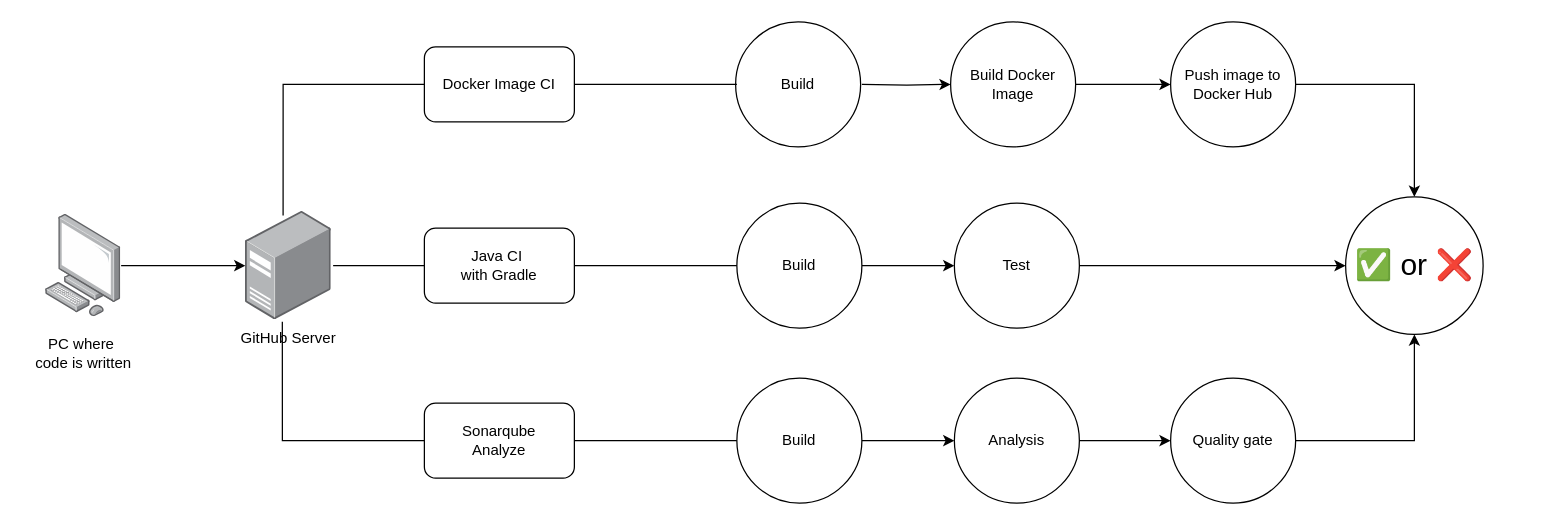
MateoGlzAlon/documentation-crowdfunding-fontys-project keeps this draw.io diagram as etc/BE_pipelineDiagram.drawio. Above is the earlier version. Source tidied: cells renumbered, new cells numbered last; positions are measured from the earlier drawing's top-left corner, leaving out a move shared by most shapes. Both pictures are drawn from the tidied source at 125%, with x=0, y=0 at pixel (20, 21).
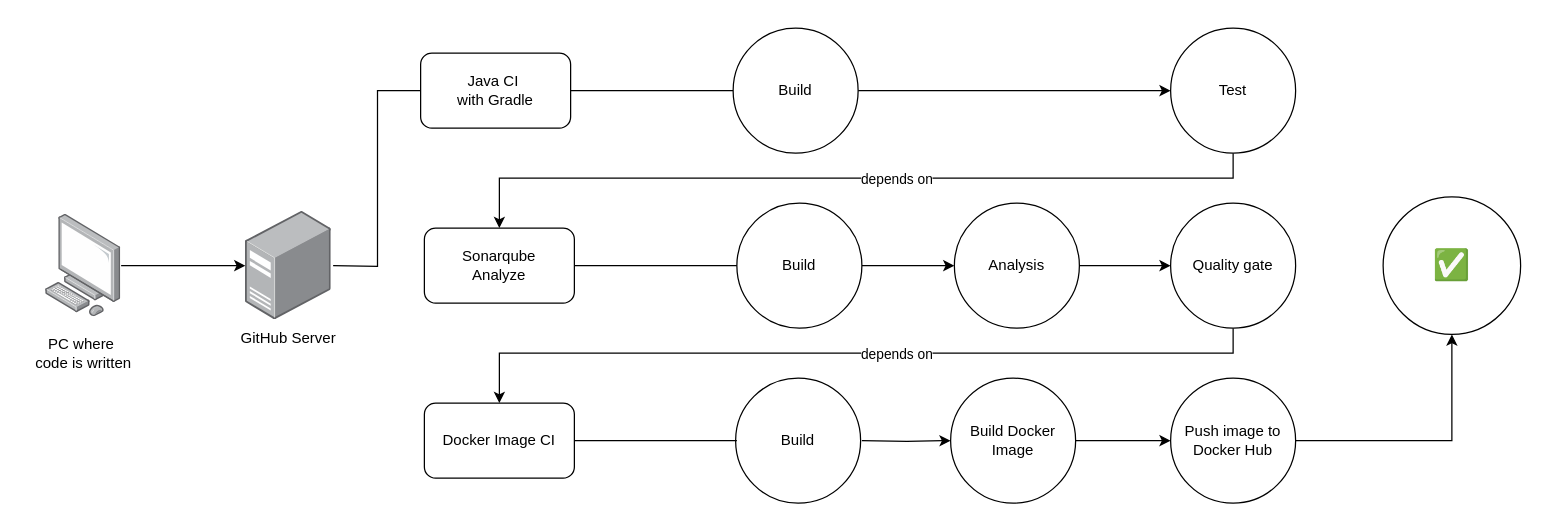
After the change.

Unchanged cells that the change refers to:
```xml
<mxCell id="18" value="GitHub Server" style="image;points=[];html=1;align=center;shadow=0;dashed=0;image=img/lib/allied_telesis/computer_and_terminals/Server_Desktop.svg;" parent="1" vertex="1">
  <mxGeometry x="180" y="151.5" width="68.6" height="87" as="geometry" />
</mxCell>
```

What changed in the source:
```diff
@@
-    <mxCell id="2" style="edgeStyle=orthogonalEdgeStyle;rounded=0;jettySize=auto;html=1;entryX=0.5;entryY=0;entryDx=0;entryDy=0;" parent="1" edge="1" source="31" target="16">
-      <mxGeometry relative="1" as="geometry" />
-    </mxCell>
     <mxCell id="3" value="Build" style="ellipse;whiteSpace=wrap;html=1;" parent="1" vertex="1">
-      <mxGeometry x="572" width="100" height="100" as="geometry" />
+      <mxGeometry x="572" y="285" width="100" height="100" as="geometry" />
     </mxCell>
     <mxCell id="4" value="Docker Image CI" style="rounded=1;whiteSpace=wrap;html=1;" parent="1" vertex="1">
-      <mxGeometry x="323" y="20" width="120" height="60" as="geometry" />
+      <mxGeometry x="323" y="305" width="120" height="60" as="geometry" />
     </mxCell>
@@
     <mxCell id="6" value="Build" style="ellipse;whiteSpace=wrap;html=1;" parent="1" vertex="1">
-      <mxGeometry x="573" y="145" width="100" height="100" as="geometry" />
+      <mxGeometry x="570" y="5" width="100" height="100" as="geometry" />
     </mxCell>
     <mxCell id="7" value="Java CI&amp;nbsp;&lt;div&gt;with Gradle&lt;/div&gt;" style="rounded=1;whiteSpace=wrap;html=1;" parent="1" vertex="1">
-      <mxGeometry x="323" y="165" width="120" height="60" as="geometry" />
+      <mxGeometry x="320" y="25" width="120" height="60" as="geometry" />
     </mxCell>
@@
     <mxCell id="9" value="Build" style="ellipse;whiteSpace=wrap;html=1;" parent="1" vertex="1">
-      <mxGeometry x="573" y="285" width="100" height="100" as="geometry" />
+      <mxGeometry x="573" y="145" width="100" height="100" as="geometry" />
     </mxCell>
     <mxCell id="10" value="Sonarqube&lt;div&gt;Analyze&lt;/div&gt;" style="rounded=1;whiteSpace=wrap;html=1;" parent="1" vertex="1">
-      <mxGeometry x="323" y="305" width="120" height="60" as="geometry" />
+      <mxGeometry x="323" y="165" width="120" height="60" as="geometry" />
     </mxCell>
-    <mxCell id="11" style="edgeStyle=orthogonalEdgeStyle;rounded=0;jettySize=auto;html=1;entryX=0;entryY=0.5;entryDx=0;entryDy=0;" parent="1" edge="1" source="12" target="16">
-      <mxGeometry relative="1" as="geometry" />
-    </mxCell>
+    <mxCell id="32" style="edgeStyle=orthogonalEdgeStyle;rounded=0;jettySize=auto;html=1;entryX=0.5;entryY=0;entryDx=0;entryDy=0;" parent="1" edge="1" source="12" target="10">
+      <mxGeometry relative="1" as="geometry">
+        <Array as="points">
+          <mxPoint x="970" y="125" />
+          <mxPoint x="383" y="125" />
+        </Array>
+      </mxGeometry>
+    </mxCell>
+    <mxCell id="33" value="depends on" style="edgeLabel;html=1;align=center;verticalAlign=middle;" parent="32" vertex="1">
+      <mxGeometry x="0.48" y="-2" relative="1" as="geometry">
+        <mxPoint x="189" y="2" as="offset" />
+      </mxGeometry>
+    </mxCell>
     <mxCell id="12" value="Test" style="ellipse;whiteSpace=wrap;html=1;" parent="1" vertex="1">
-      <mxGeometry x="747" y="145" width="100" height="100" as="geometry" />
+      <mxGeometry x="920" y="5" width="100" height="100" as="geometry" />
     </mxCell>
     <mxCell id="13" style="endArrow=none;html=1;rounded=0;exitX=1;exitY=0.5;exitDx=0;exitDy=0;entryX=0;entryY=0.5;entryDx=0;entryDy=0;" parent="1" edge="1" source="4">
       <mxGeometry relative="1" as="geometry">
-        <mxPoint x="573" y="50" as="targetPoint" />
+        <mxPoint x="573" y="335" as="targetPoint" />
       </mxGeometry>
     </mxCell>
@@
-    <mxCell id="16" value="&lt;font style=&quot;font-size: 24px;&quot;&gt;✅ or ❌&lt;/font&gt;" style="ellipse;whiteSpace=wrap;html=1;" parent="1" vertex="1">
-      <mxGeometry x="1060" y="140" width="110" height="110" as="geometry" />
+    <mxCell id="16" value="&lt;font style=&quot;font-size: 24px;&quot;&gt;✅&lt;/font&gt;" style="ellipse;whiteSpace=wrap;html=1;" parent="1" vertex="1">
+      <mxGeometry x="1090" y="140" width="110" height="110" as="geometry" />
     </mxCell>
@@
-    <mxCell id="20" style="endArrow=none;html=1;rounded=0;exitX=0.437;exitY=0.04;exitDx=0;exitDy=0;exitPerimeter=0;entryX=0;entryY=0.5;entryDx=0;entryDy=0;edgeStyle=orthogonalEdgeStyle;" parent="1" edge="1" source="18" target="4">
-      <mxGeometry relative="1" as="geometry">
-        <Array as="points">
-          <mxPoint x="210" y="50" />
-        </Array>
-      </mxGeometry>
-    </mxCell>
-    <mxCell id="21" style="endArrow=none;html=1;rounded=0;entryX=0;entryY=0.5;entryDx=0;entryDy=0;" parent="1" edge="1" target="7">
+    <mxCell id="21" style="endArrow=none;html=1;rounded=0;entryX=0;entryY=0.5;entryDx=0;entryDy=0;edgeStyle=orthogonalEdgeStyle;" parent="1" edge="1" target="7">
       <mxGeometry relative="1" as="geometry">
         <mxPoint x="250" y="195" as="sourcePoint" />
       </mxGeometry>
     </mxCell>
-    <mxCell id="22" style="endArrow=none;html=1;rounded=0;exitX=0.428;exitY=1.015;exitDx=0;exitDy=0;exitPerimeter=0;entryX=0;entryY=0.5;entryDx=0;entryDy=0;edgeStyle=orthogonalEdgeStyle;" parent="1" edge="1" source="18" target="10">
-      <mxGeometry relative="1" as="geometry">
-        <Array as="points">
-          <mxPoint x="209" y="335" />
-        </Array>
-      </mxGeometry>
-    </mxCell>
@@
     <mxCell id="25" value="Analysis" style="ellipse;whiteSpace=wrap;html=1;" parent="1" vertex="1">
-      <mxGeometry x="747" y="285" width="100" height="100" as="geometry" />
+      <mxGeometry x="747" y="145" width="100" height="100" as="geometry" />
     </mxCell>
-    <mxCell id="26" style="edgeStyle=orthogonalEdgeStyle;rounded=0;jettySize=auto;html=1;entryX=0.5;entryY=1;entryDx=0;entryDy=0;" parent="1" edge="1" source="27" target="16">
-      <mxGeometry relative="1" as="geometry" />
-    </mxCell>
+    <mxCell id="34" style="edgeStyle=orthogonalEdgeStyle;rounded=0;jettySize=auto;html=1;entryX=0.5;entryY=0;entryDx=0;entryDy=0;" parent="1" edge="1" source="27" target="4">
+      <mxGeometry relative="1" as="geometry">
+        <Array as="points">
+          <mxPoint x="970" y="265" />
+          <mxPoint x="383" y="265" />
+        </Array>
+      </mxGeometry>
+    </mxCell>
     <mxCell id="27" value="Quality gate" style="ellipse;whiteSpace=wrap;html=1;" parent="1" vertex="1">
-      <mxGeometry x="920" y="285" width="100" height="100" as="geometry" />
+      <mxGeometry x="920" y="145" width="100" height="100" as="geometry" />
     </mxCell>
     <mxCell id="28" style="edgeStyle=orthogonalEdgeStyle;rounded=0;jettySize=auto;html=1;entryX=0;entryY=0.5;entryDx=0;entryDy=0;" parent="1" edge="1" target="29">
       <mxGeometry relative="1" as="geometry">
-        <mxPoint x="673" y="50" as="sourcePoint" />
+        <mxPoint x="673" y="335" as="sourcePoint" />
       </mxGeometry>
     </mxCell>
     <mxCell id="29" value="Build Docker&lt;div&gt;Image&lt;/div&gt;" style="ellipse;whiteSpace=wrap;html=1;" parent="1" vertex="1">
-      <mxGeometry x="744" width="100" height="100" as="geometry" />
+      <mxGeometry x="744" y="285" width="100" height="100" as="geometry" />
     </mxCell>
@@
+    <mxCell id="2" style="edgeStyle=orthogonalEdgeStyle;rounded=0;jettySize=auto;html=1;entryX=0.5;entryY=1;entryDx=0;entryDy=0;" parent="1" edge="1" source="31" target="16">
+      <mxGeometry relative="1" as="geometry" />
+    </mxCell>
     <mxCell id="31" value="Push image to Docker Hub" style="ellipse;whiteSpace=wrap;html=1;" parent="1" vertex="1">
-      <mxGeometry x="920" width="100" height="100" as="geometry" />
+      <mxGeometry x="920" y="285" width="100" height="100" as="geometry" />
     </mxCell>
+    <mxCell id="35" value="depends on" style="edgeLabel;html=1;align=center;verticalAlign=middle;" parent="1" vertex="1">
+      <mxGeometry x="700" y="265" as="geometry" />
+    </mxCell>
```
